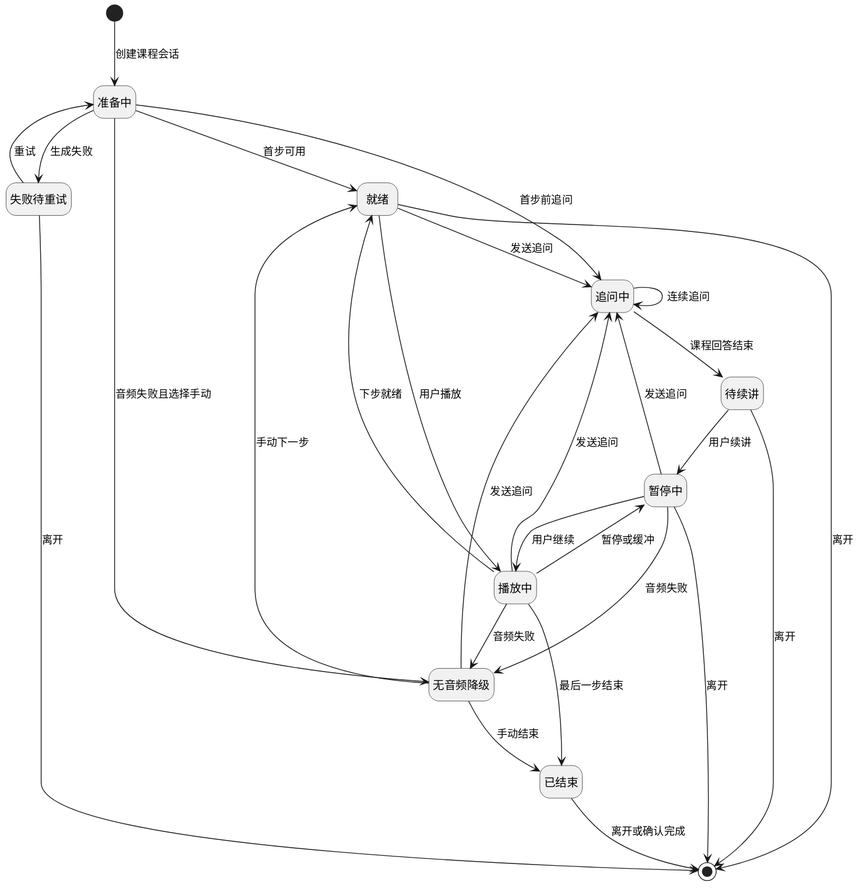
This is diagrams/learning-session-state.svg from tranhaianh20571-droid/computer-learning-assistant, a PlantUML export, as it was before one commit. Its diagram source:
```plantuml
@startuml
top to bottom direction
skinparam defaultFontName Microsoft YaHei
skinparam shadowing false
hide empty description
[*] --> 准备中 : 创建课程会话
准备中 --> 就绪 : 首步可用
准备中 --> 失败待重试 : 生成失败
准备中 --> 无音频降级 : 音频失败且选择手动
准备中 --> 追问中 : 首步前追问
就绪 --> 播放中 : 用户播放
就绪 --> 追问中 : 发送追问
播放中 --> 暂停中 : 暂停或缓冲
暂停中 --> 播放中 : 用户继续
播放中 --> 无音频降级 : 音频失败
暂停中 --> 无音频降级 : 音频失败
无音频降级 --> 就绪 : 手动下一步
播放中 --> 追问中 : 发送追问
暂停中 --> 追问中 : 发送追问
无音频降级 --> 追问中 : 发送追问
追问中 --> 追问中 : 连续追问
追问中 --> 待续讲 : 课程回答结束
待续讲 --> 暂停中 : 用户续讲
播放中 --> 就绪 : 下步就绪
播放中 --> 已结束 : 最后一步结束
无音频降级 --> 已结束 : 手动结束
失败待重试 --> 准备中 : 重试
失败待重试 --> [*] : 离开
待续讲 --> [*] : 离开
就绪 --> [*] : 离开
暂停中 --> [*] : 离开
已结束 --> [*] : 离开或确认完成
@enduml
```
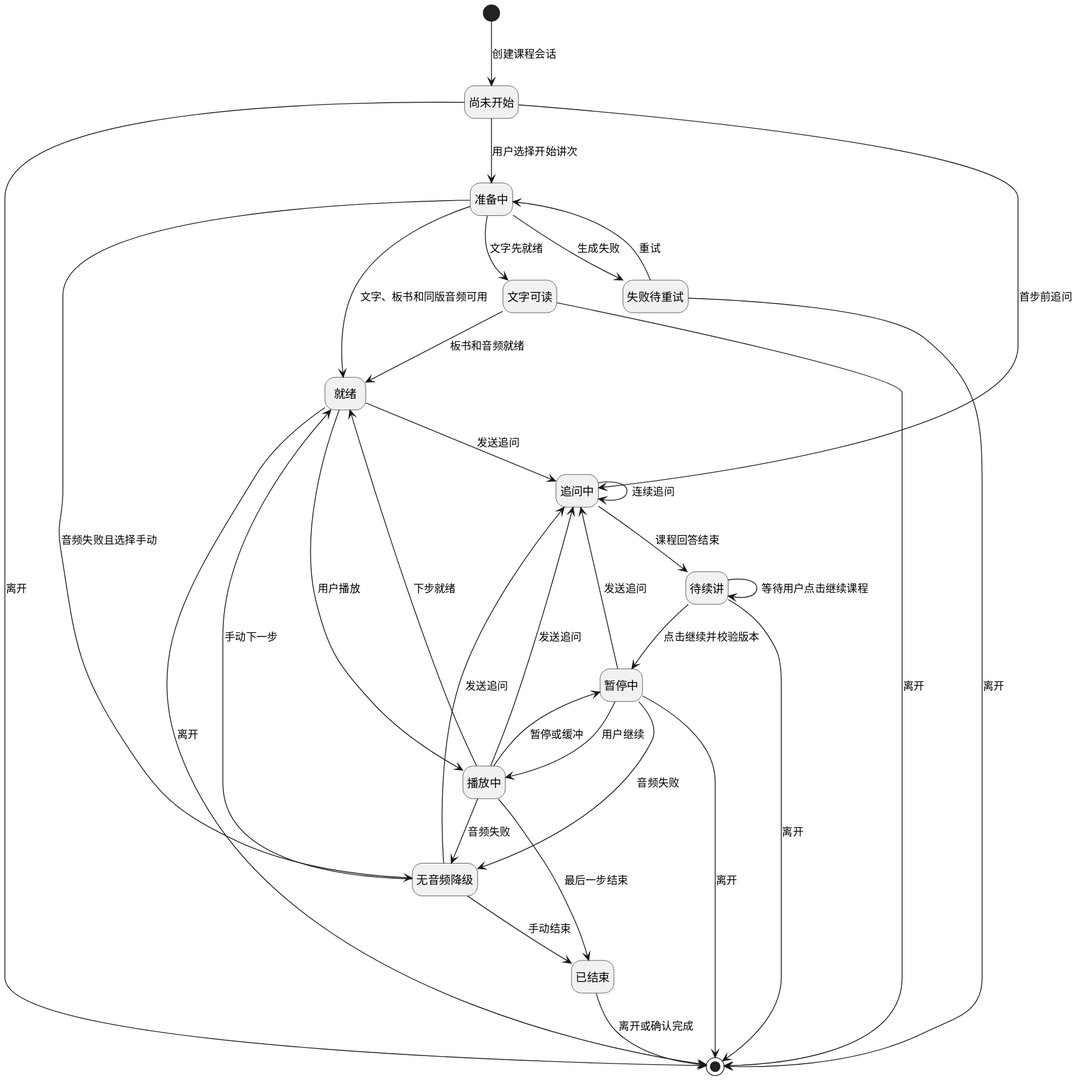
The same file after the commit.

Diff of the diagram source:
```diff
@@ -3,11 +3,14 @@
 skinparam defaultFontName Microsoft YaHei
 skinparam shadowing false
 hide empty description
-[*] --> 准备中 : 创建课程会话
-准备中 --> 就绪 : 首步可用
+[*] --> 尚未开始 : 创建课程会话
+尚未开始 --> 准备中 : 用户选择开始讲次
+准备中 --> 就绪 : 文字、板书和同版音频可用
+准备中 --> 文字可读 : 文字先就绪
+文字可读 --> 就绪 : 板书和音频就绪
 准备中 --> 失败待重试 : 生成失败
 准备中 --> 无音频降级 : 音频失败且选择手动
-准备中 --> 追问中 : 首步前追问
+尚未开始 --> 追问中 : 首步前追问
 就绪 --> 播放中 : 用户播放
 就绪 --> 追问中 : 发送追问
 播放中 --> 暂停中 : 暂停或缓冲
@@ -20,13 +23,16 @@
 无音频降级 --> 追问中 : 发送追问
 追问中 --> 追问中 : 连续追问
 追问中 --> 待续讲 : 课程回答结束
-待续讲 --> 暂停中 : 用户续讲
+待续讲 --> 待续讲 : 等待用户点击继续课程
+待续讲 --> 暂停中 : 点击继续并校验版本
 播放中 --> 就绪 : 下步就绪
 播放中 --> 已结束 : 最后一步结束
 无音频降级 --> 已结束 : 手动结束
 失败待重试 --> 准备中 : 重试
 失败待重试 --> [*] : 离开
 待续讲 --> [*] : 离开
+尚未开始 --> [*] : 离开
+文字可读 --> [*] : 离开
 就绪 --> [*] : 离开
 暂停中 --> [*] : 离开
 已结束 --> [*] : 离开或确认完成
```
